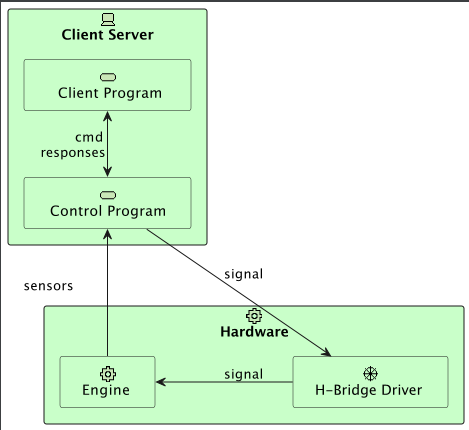
Before: thesis/part/Proyecto_ejecutivo/memoria_descriptiva/descripcionDelProyecto/control/uml/controlConcept.png, a diagram exported from PlantUML (Enrikerf/pfm). Its source is kept beside it as thesis/part/Proyecto_ejecutivo/memoria_descriptiva/descripcionDelProyecto/control/uml/controlConcept.puml.
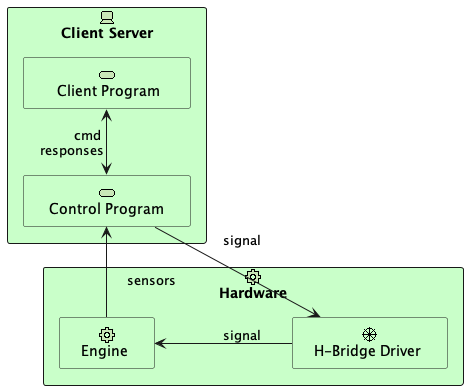
After the commit.

Diff of the diagram source:
```diff
@@ -17,7 +17,7 @@
    }
 
 controlProgram <-> clientProgram : "cmd\nresponses        "
-controlProgram <- engine : "\n\nsensors     \n\n\n"
-controlProgram -> hbridgedriver : "\n\n\n\n\n\nsignal"
+controlProgram <- engine : "\n                  sensors     "
+controlProgram -> hbridgedriver : "\n\n\n\n\n\nsignal\n"
 engine <-- hbridgedriver : "signal"
 @enduml
```
